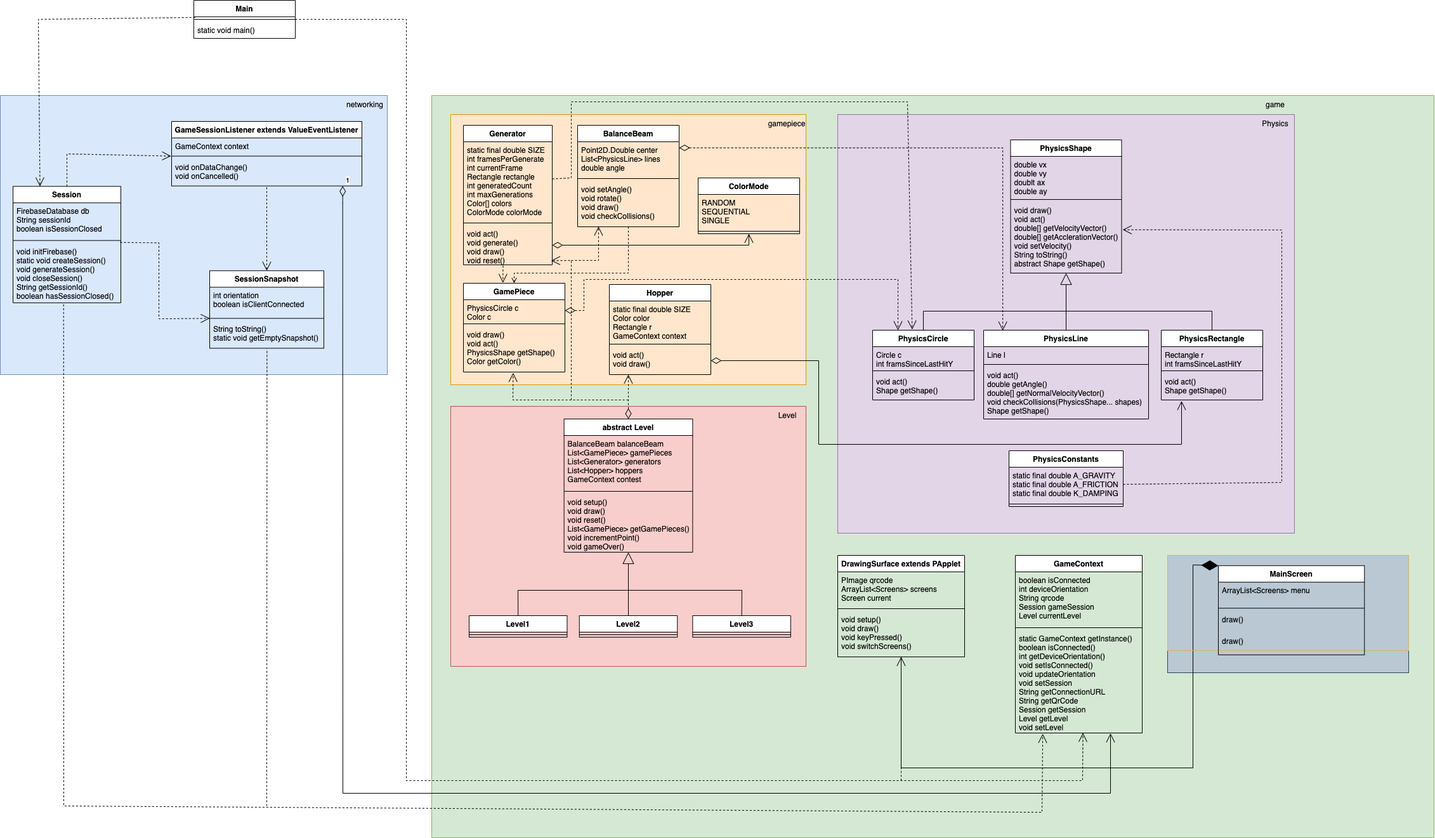
The draw.io diagram CapstoneProject/doc/UML_diagram.png in HHSAPCompSci2021/capstoneproject-capstone-rohan-akshat-greenbananas, before a commit. Source tidied: cells renumbered, new cells last; positions are measured from the earlier drawing's top-left corner, leaving out a move shared by most shapes.
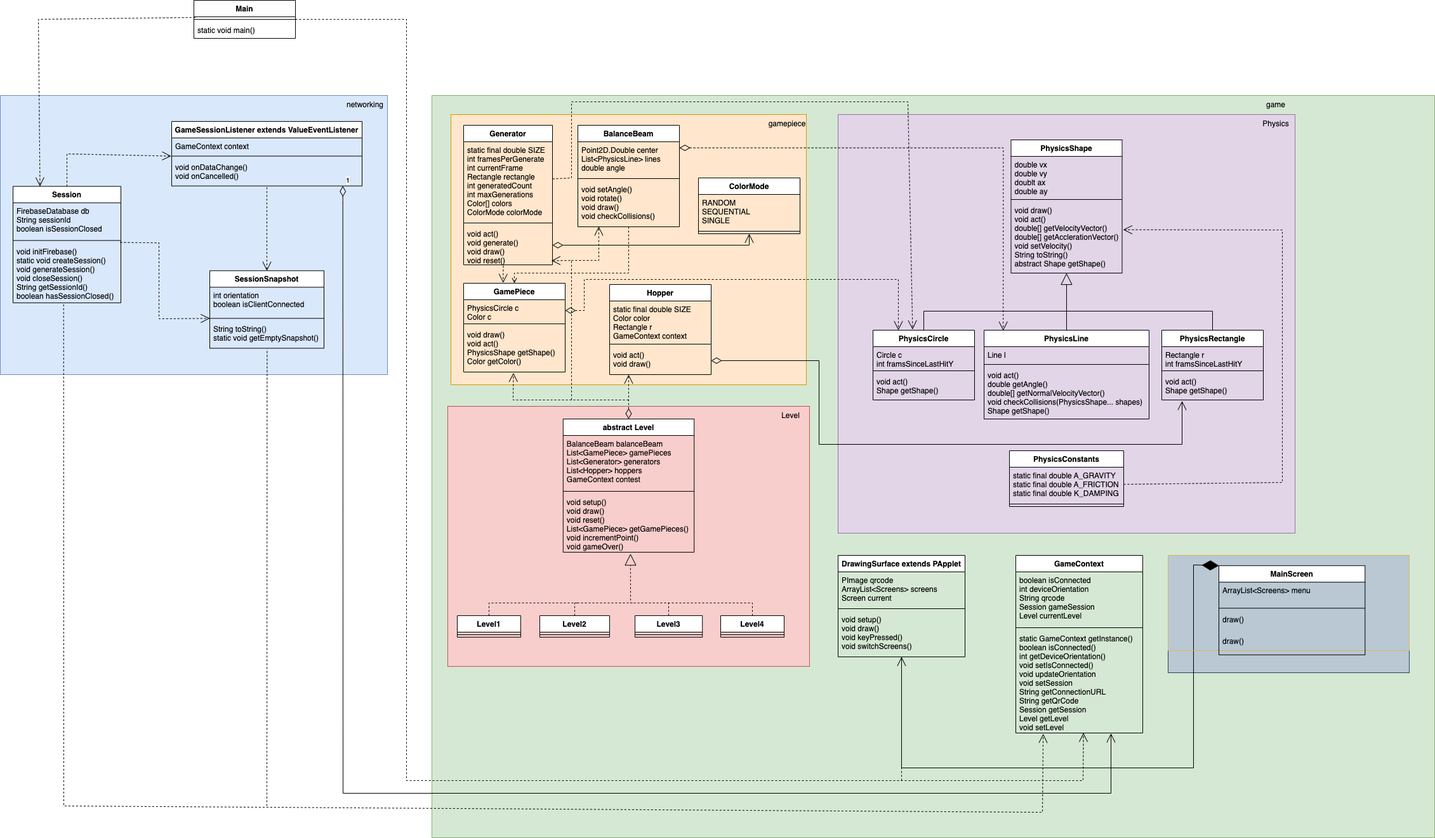
The same diagram one commit later.

Change to the diagram source:
```diff
@@ -112,47 +112,84 @@
       <mxGeometry y="118" width="200" height="162" as="geometry" />
     </mxCell>
     <mxCell id="34" style="group;" parent="1" vertex="1">
-      <mxGeometry x="710" y="640" width="560" height="410" as="geometry" />
+      <mxGeometry x="705" y="640" width="570" height="410" as="geometry" />
     </mxCell>
     <mxCell id="35" style="rounded=0;whiteSpace=wrap;html=1;shadow=0;glass=0;sketch=0;fillColor=#f8cecc;strokeColor=#b85450;" parent="34" vertex="1">
-      <mxGeometry width="560" height="410" as="geometry" />
+      <mxGeometry width="570" height="410" as="geometry" />
     </mxCell>
     <mxCell id="36" value="abstract Level" style="swimlane;fontStyle=1;align=center;verticalAlign=top;horizontal=1;startSize=26;rounded=0;shadow=0;glass=0;sketch=0;" parent="34" vertex="1">
-      <mxGeometry x="178.6" y="20" width="202.8" height="210" as="geometry" />
+      <mxGeometry x="181.8" y="20" width="206.4" height="210" as="geometry" />
     </mxCell>
     <mxCell id="37" value="BalanceBeam balanceBeam&#10;List&lt;GamePiece&gt; gamePieces&#10;List&lt;Generator&gt; generators&#10;List&lt;Hopper&gt; hoppers&#10;GameContext contest" style="text;strokeColor=none;fillColor=none;align=left;verticalAlign=top;spacingLeft=4;spacingRight=4;overflow=hidden;rounded=0;shadow=0;glass=0;sketch=0;" parent="36" vertex="1">
-      <mxGeometry y="26" width="202.8" height="84" as="geometry" />
+      <mxGeometry y="26" width="206.4" height="84" as="geometry" />
     </mxCell>
     <mxCell id="38" style="line;strokeWidth=1;fillColor=none;align=left;verticalAlign=middle;spacingTop=-1;spacingLeft=3;spacingRight=3;labelPosition=right;rounded=0;shadow=0;glass=0;sketch=0;" parent="36" vertex="1">
-      <mxGeometry y="110" width="202.8" height="8" as="geometry" />
+      <mxGeometry y="110" width="206.4" height="8" as="geometry" />
     </mxCell>
     <mxCell id="39" value="void setup()&#10;void draw()&#10;void reset()&#10;List&lt;GamePiece&gt; getGamePieces()&#10;void incrementPoint()&#10;void gameOver()" style="text;strokeColor=none;fillColor=none;align=left;verticalAlign=top;spacingLeft=4;spacingRight=4;overflow=hidden;points=[[0,0.5],[1,0.5]];portConstraint=eastwest;rounded=0;shadow=0;glass=0;sketch=0;" parent="36" vertex="1">
-      <mxGeometry y="118" width="202.8" height="92" as="geometry" />
+      <mxGeometry y="118" width="206.4" height="92" as="geometry" />
     </mxCell>
     <mxCell id="40" value="Level1" style="swimlane;fontStyle=1;align=center;verticalAlign=top;horizontal=1;startSize=26;rounded=0;shadow=0;glass=0;sketch=0;" parent="34" vertex="1">
-      <mxGeometry x="29" y="330" width="154.5" height="34" as="geometry" />
+      <mxGeometry x="15" y="330" width="100" height="34" as="geometry" />
     </mxCell>
     <mxCell id="41" style="line;strokeWidth=1;fillColor=none;align=left;verticalAlign=middle;spacingTop=-1;spacingLeft=3;spacingRight=3;labelPosition=right;rounded=0;shadow=0;glass=0;sketch=0;" parent="40" vertex="1">
-      <mxGeometry y="26" width="154.5" height="8" as="geometry" />
+      <mxGeometry y="26" width="100" height="8" as="geometry" />
     </mxCell>
     <mxCell id="42" value="Level2" style="swimlane;fontStyle=1;align=center;verticalAlign=top;horizontal=1;startSize=26;rounded=0;shadow=0;glass=0;sketch=0;" parent="34" vertex="1">
-      <mxGeometry x="202.8" y="330" width="154.5" height="34" as="geometry" />
+      <mxGeometry x="145" y="330" width="110" height="34" as="geometry" />
     </mxCell>
     <mxCell id="43" style="line;strokeWidth=1;fillColor=none;align=left;verticalAlign=middle;spacingTop=-1;spacingLeft=3;spacingRight=3;labelPosition=right;rounded=0;shadow=0;glass=0;sketch=0;" parent="42" vertex="1">
-      <mxGeometry y="26" width="154.5" height="8" as="geometry" />
+      <mxGeometry y="26" width="110" height="8" as="geometry" />
     </mxCell>
     <mxCell id="44" value="Level3" style="swimlane;fontStyle=1;align=center;verticalAlign=top;horizontal=1;startSize=26;rounded=0;shadow=0;glass=0;sketch=0;" parent="34" vertex="1">
-      <mxGeometry x="381.4" y="330" width="154.5" height="34" as="geometry" />
+      <mxGeometry x="295" y="330" width="106.2" height="34" as="geometry" />
     </mxCell>
     <mxCell id="45" style="line;strokeWidth=1;fillColor=none;align=left;verticalAlign=middle;spacingTop=-1;spacingLeft=3;spacingRight=3;labelPosition=right;rounded=0;shadow=0;glass=0;sketch=0;" parent="44" vertex="1">
-      <mxGeometry y="26" width="154.5" height="8" as="geometry" />
+      <mxGeometry y="26" width="106.2" height="8" as="geometry" />
     </mxCell>
     <mxCell id="46" value="Level" style="text;html=1;strokeColor=none;fillColor=none;align=center;verticalAlign=middle;whiteSpace=wrap;rounded=0;shadow=0;glass=0;sketch=0;" parent="34" vertex="1">
-      <mxGeometry x="502.1" width="57.9" height="30" as="geometry" />
+      <mxGeometry x="511" width="59" height="30" as="geometry" />
     </mxCell>
-    <mxCell id="47" style="endArrow=block;endSize=16;endFill=0;html=1;rounded=0;exitX=0.5;exitY=0;exitDx=0;exitDy=0;" parent="34" edge="1" source="42" target="39">
-      <mxGeometry relative="1" as="geometry" />
-    </mxCell>
+    <mxCell id="121" value="Level4" style="swimlane;fontStyle=1;align=center;verticalAlign=top;horizontal=1;startSize=26;rounded=0;shadow=0;glass=0;sketch=0;" parent="34" vertex="1">
+      <mxGeometry x="430" y="330" width="100" height="34" as="geometry" />
+    </mxCell>
+    <mxCell id="122" style="line;strokeWidth=1;fillColor=none;align=left;verticalAlign=middle;spacingTop=-1;spacingLeft=3;spacingRight=3;labelPosition=right;rounded=0;shadow=0;glass=0;sketch=0;" parent="121" vertex="1">
+      <mxGeometry y="26" width="100" height="8" as="geometry" />
+    </mxCell>
+    <mxCell id="123" style="endArrow=block;endSize=16;endFill=0;html=1;rounded=0;dashed=1;entryX=0.514;entryY=1.026;entryDx=0;entryDy=0;entryPerimeter=0;exitX=0.5;exitY=0;exitDx=0;exitDy=0;" parent="34" edge="1" source="44" target="39">
+      <mxGeometry relative="1" as="geometry">
+        <Array as="points">
+          <mxPoint x="348" y="310" />
+          <mxPoint x="288" y="310" />
+        </Array>
+      </mxGeometry>
+    </mxCell>
+    <mxCell id="124" style="endArrow=none;endSize=16;endFill=0;html=1;rounded=0;dashed=1;exitX=0.5;exitY=0;exitDx=0;exitDy=0;" parent="34" edge="1" source="121">
+      <mxGeometry relative="1" as="geometry">
+        <mxPoint x="345" y="310" as="targetPoint" />
+        <Array as="points">
+          <mxPoint x="480" y="310" />
+          <mxPoint x="425.1" y="310" />
+        </Array>
+      </mxGeometry>
+    </mxCell>
+    <mxCell id="125" style="endArrow=none;endSize=16;endFill=0;html=1;rounded=0;dashed=1;exitX=0.5;exitY=0;exitDx=0;exitDy=0;" parent="34" edge="1" source="42">
+      <mxGeometry relative="1" as="geometry">
+        <mxPoint x="295" y="310" as="targetPoint" />
+        <Array as="points">
+          <mxPoint x="200" y="310" />
+        </Array>
+      </mxGeometry>
+    </mxCell>
+    <mxCell id="126" style="endArrow=none;endSize=16;endFill=0;html=1;rounded=0;dashed=1;exitX=0.5;exitY=0;exitDx=0;exitDy=0;" parent="34" edge="1">
+      <mxGeometry relative="1" as="geometry">
+        <mxPoint x="65" y="330" as="sourcePoint" />
+        <mxPoint x="205" y="310" as="targetPoint" />
+        <Array as="points">
+          <mxPoint x="65" y="310" />
+        </Array>
+      </mxGeometry>
+    </mxCell>
     <mxCell id="48" style="group;" parent="1" vertex="1">
       <mxGeometry x="1320" y="180" width="720" height="660" as="geometry" />
     </mxCell>
@@ -423,22 +460,6 @@
         </Array>
       </mxGeometry>
     </mxCell>
-    <mxCell id="111" style="endArrow=none;endSize=16;endFill=0;html=1;rounded=0;exitX=0.5;exitY=0;exitDx=0;exitDy=0;" parent="1" edge="1" source="40">
-      <mxGeometry relative="1" as="geometry">
-        <mxPoint x="990" y="930" as="targetPoint" />
-        <Array as="points">
-          <mxPoint x="816" y="930" />
-        </Array>
-      </mxGeometry>
-    </mxCell>
-    <mxCell id="112" style="endArrow=none;endSize=16;endFill=0;html=1;rounded=0;entryX=0.5;entryY=0;entryDx=0;entryDy=0;" parent="1" edge="1" target="44">
-      <mxGeometry relative="1" as="geometry">
-        <mxPoint x="990" y="930" as="sourcePoint" />
-        <Array as="points">
-          <mxPoint x="1169" y="930" />
-        </Array>
-      </mxGeometry>
-    </mxCell>
     <mxCell id="113" style="group;fillColor=#bac8d3;strokeColor=#23445d;" parent="1" vertex="1">
       <mxGeometry x="1840" y="875" width="380" height="185" as="geometry" />
     </mxCell>
```
